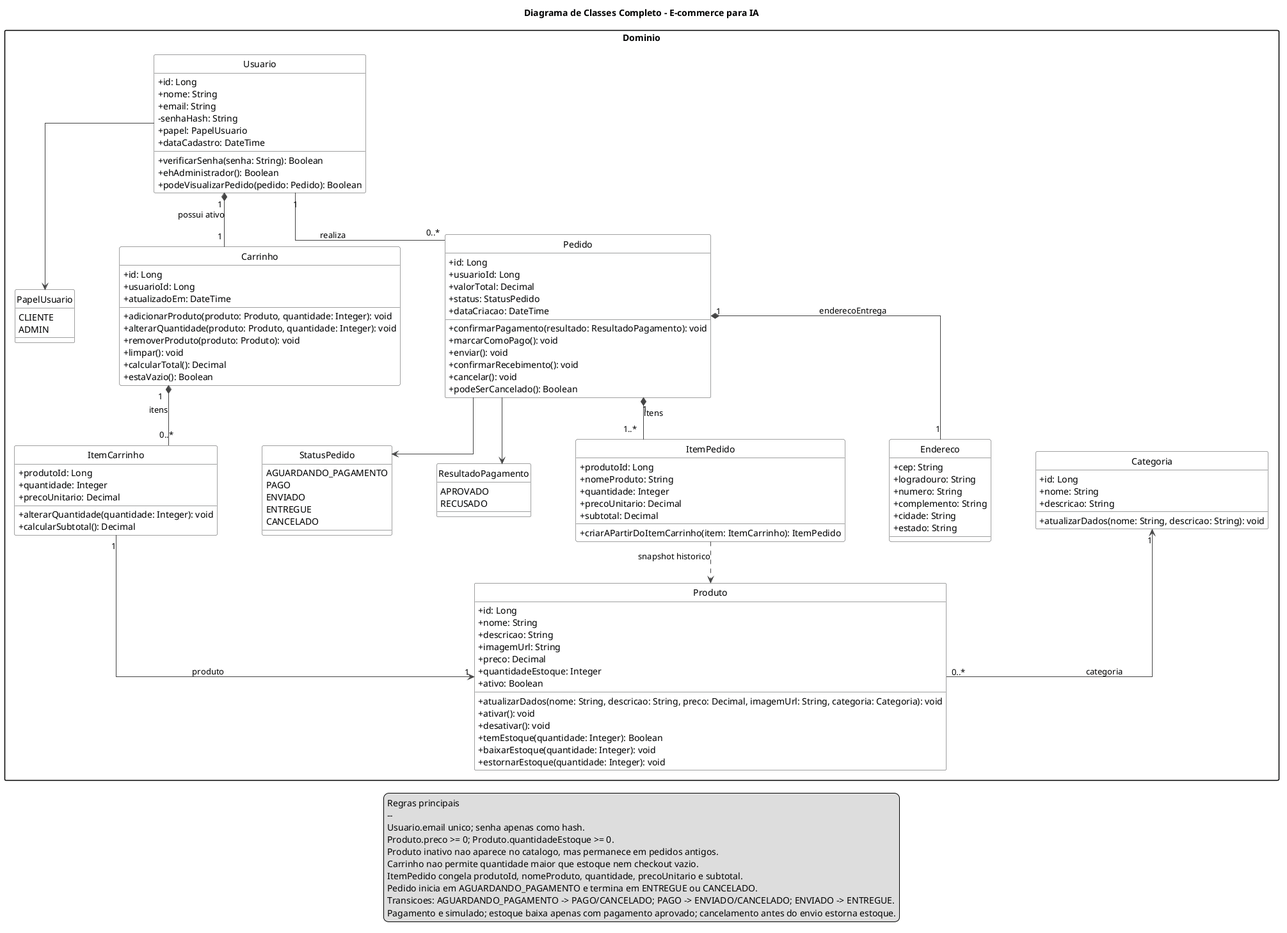
This is diagrams/ia/diagrama_classes_ecommerce_ia.png from EduardoPaim5/ecommerce-diagramas, a PlantUML export, as it was before one commit.
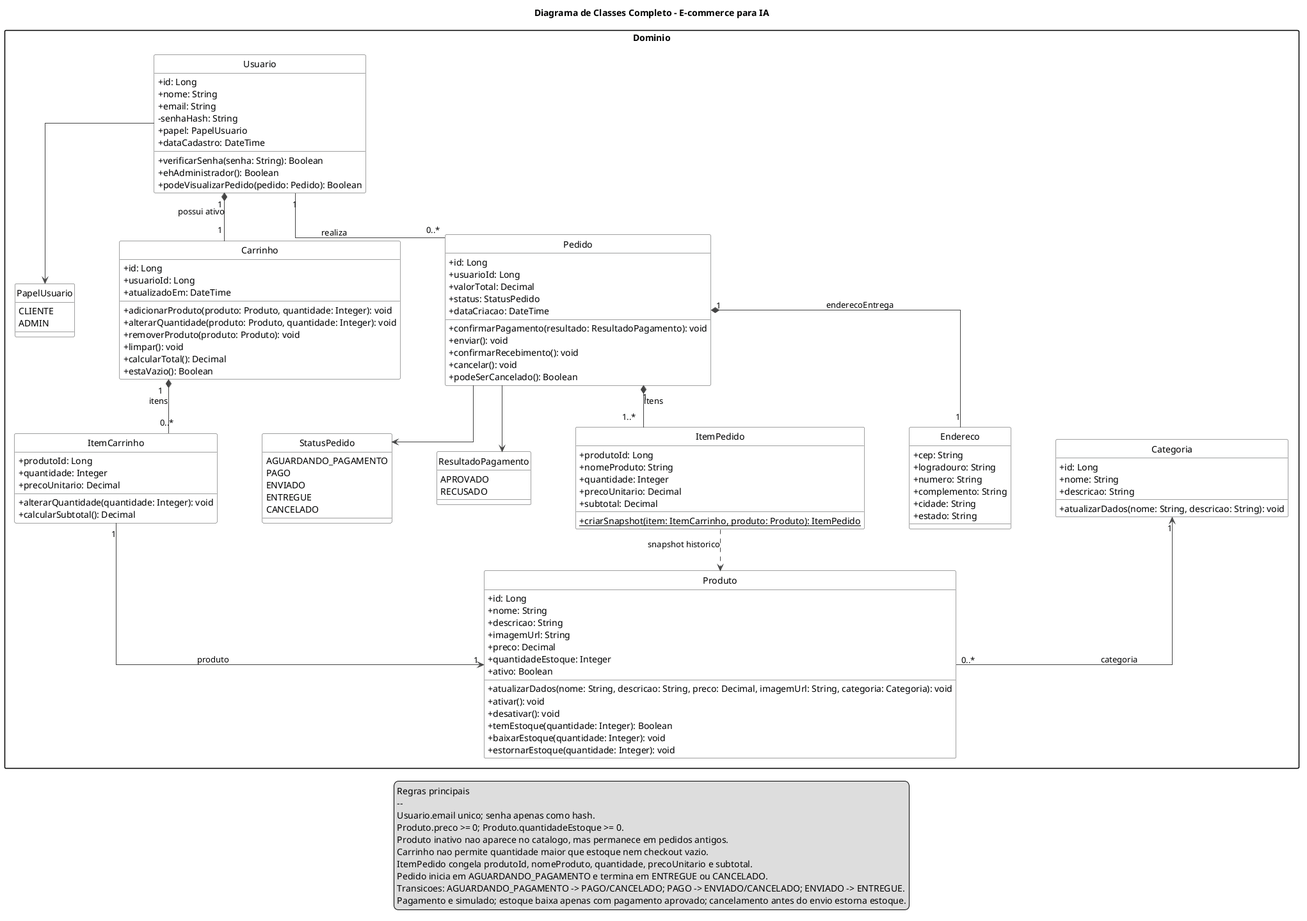
The same file after the commit.

Diff of the diagram source:
```diff
@@ -83,7 +83,6 @@
     +status: StatusPedido
     +dataCriacao: DateTime
     +confirmarPagamento(resultado: ResultadoPagamento): void
-    +marcarComoPago(): void
     +enviar(): void
     +confirmarRecebimento(): void
     +cancelar(): void
@@ -109,7 +108,7 @@
     +quantidade: Integer
     +precoUnitario: Decimal
     +subtotal: Decimal
-    +criarAPartirDoItemCarrinho(item: ItemCarrinho): ItemPedido
+    +{static} criarSnapshot(item: ItemCarrinho, produto: Produto): ItemPedido
   }
 
   class Endereco {
```
